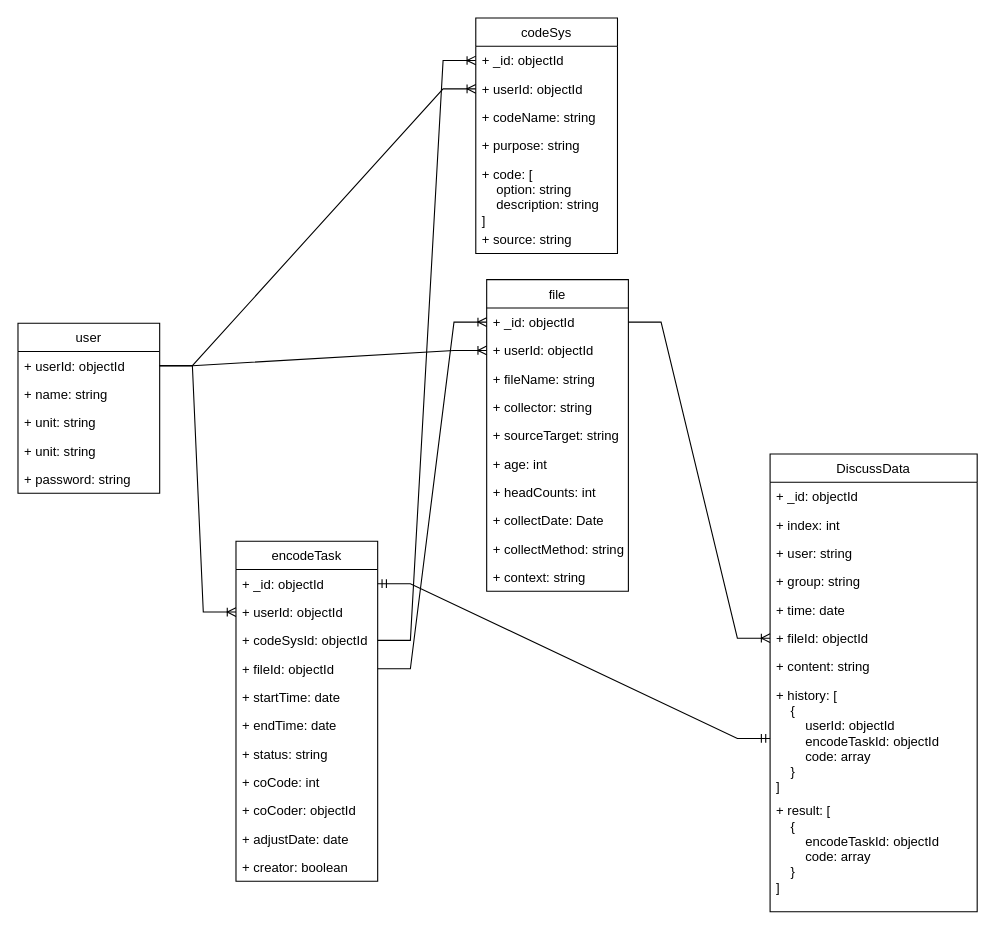
The draw.io diagram NLP.drawio in Zeng9898/argument-platform, before the edit. Source tidied: cells renumbered, new cells numbered last; positions are measured from the earlier drawing's top-left corner, leaving out a move shared by most shapes. Both pictures are drawn from the tidied source at 109%, with x=0, y=0 at pixel (17, 17).
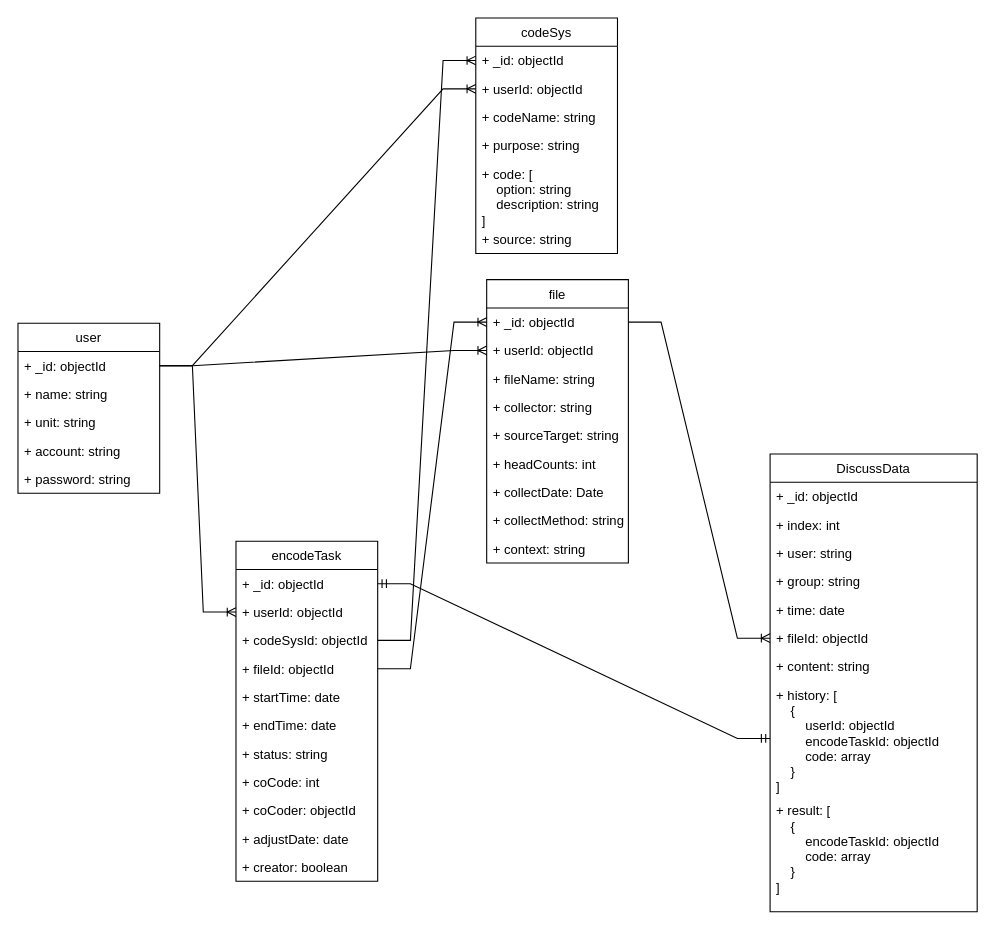
Above is the later version.

Unchanged cells that the change refers to:
```xml
<mxCell id="2" value="user" style="swimlane;fontStyle=0;horizontal=1;startSize=26;fillColor=none;" parent="1" vertex="1">
  <mxGeometry y="280" width="130" height="156" as="geometry" />
</mxCell>
```

Diff of the diagram source:
```diff
@@
-    <mxCell id="3" value="+ userId: objectId" style="text;strokeColor=none;fillColor=none;align=left;verticalAlign=top;spacingLeft=4;spacingRight=4;overflow=hidden;points=[[0,0.5],[1,0.5]];portConstraint=eastwest;" parent="2" vertex="1">
+    <mxCell id="3" value="+ _id: objectId" style="text;strokeColor=none;fillColor=none;align=left;verticalAlign=top;spacingLeft=4;spacingRight=4;overflow=hidden;points=[[0,0.5],[1,0.5]];portConstraint=eastwest;" parent="2" vertex="1">
       <mxGeometry y="26" width="130" height="26" as="geometry" />
     </mxCell>
@@
-    <mxCell id="6" value="+ unit: string" style="text;strokeColor=none;fillColor=none;align=left;verticalAlign=top;spacingLeft=4;spacingRight=4;overflow=hidden;" parent="2" vertex="1">
+    <mxCell id="6" value="+ account: string" style="text;strokeColor=none;fillColor=none;align=left;verticalAlign=top;spacingLeft=4;spacingRight=4;overflow=hidden;" parent="2" vertex="1">
       <mxGeometry y="104" width="130" height="26" as="geometry" />
     </mxCell>
@@
     <mxCell id="8" value="file" style="swimlane;fontStyle=0;horizontal=1;startSize=26;fillColor=none;" parent="1" vertex="1">
-      <mxGeometry x="430" y="240" width="130" height="286" as="geometry" />
+      <mxGeometry x="430" y="240" width="130" height="260" as="geometry" />
     </mxCell>
@@
-    <mxCell id="14" value="+ age: int" style="text;strokeColor=none;fillColor=none;align=left;verticalAlign=top;spacingLeft=4;spacingRight=4;overflow=hidden;" parent="8" vertex="1">
-      <mxGeometry y="156" width="130" height="26" as="geometry" />
-    </mxCell>
     <mxCell id="15" value="+ headCounts: int" style="text;strokeColor=none;fillColor=none;align=left;verticalAlign=top;spacingLeft=4;spacingRight=4;overflow=hidden;" parent="8" vertex="1">
-      <mxGeometry y="182" width="130" height="26" as="geometry" />
+      <mxGeometry y="156" width="130" height="26" as="geometry" />
     </mxCell>
     <mxCell id="16" value="+ collectDate: Date" style="text;strokeColor=none;fillColor=none;align=left;verticalAlign=top;spacingLeft=4;spacingRight=4;overflow=hidden;" parent="8" vertex="1">
-      <mxGeometry y="208" width="130" height="26" as="geometry" />
+      <mxGeometry y="182" width="130" height="26" as="geometry" />
     </mxCell>
     <mxCell id="17" value="+ collectMethod: string" style="text;strokeColor=none;fillColor=none;align=left;verticalAlign=top;spacingLeft=4;spacingRight=4;overflow=hidden;" parent="8" vertex="1">
-      <mxGeometry y="234" width="130" height="26" as="geometry" />
+      <mxGeometry y="208" width="130" height="26" as="geometry" />
     </mxCell>
     <mxCell id="18" value="+ context: string" style="text;strokeColor=none;fillColor=none;align=left;verticalAlign=top;spacingLeft=4;spacingRight=4;overflow=hidden;" parent="8" vertex="1">
-      <mxGeometry y="260" width="130" height="26" as="geometry" />
+      <mxGeometry y="234" width="130" height="26" as="geometry" />
     </mxCell>
```
